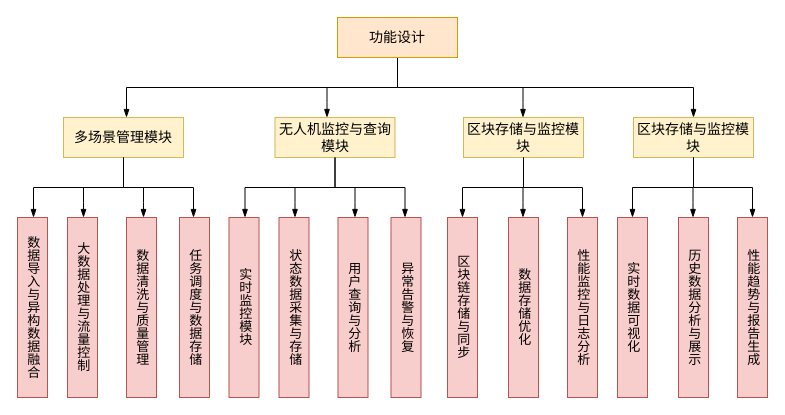
Above: 系统总体功能结 构图.drawio in jiaojb/py-crawler (draw.io), before the change. Source tidied: cells renumbered, new cells numbered last; positions are measured from the earlier drawing's top-left corner, leaving out a move shared by most shapes. Both pictures are drawn from the tidied source at 100%, with x=0, y=0 at pixel (17, 17).
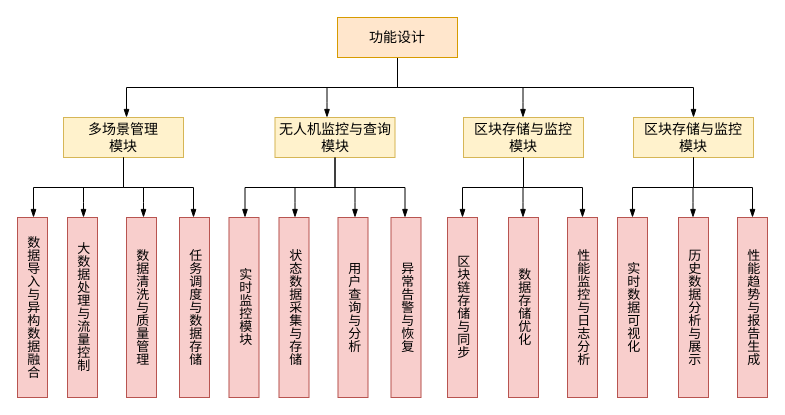
The same diagram, later.

Commit message (it also covers changes not shown here):
更新系统总体功能结 构图.drawio

Change to the diagram source:
```diff
@@
-    <mxCell id="7" value="&lt;font style=&quot;font-size: 14px;&quot;&gt;多场景管理模块&lt;/font&gt;" style="rounded=0;whiteSpace=wrap;html=1;fillColor=#fff2cc;strokeColor=#d6b656;" parent="1" vertex="1">
+    <mxCell id="7" value="&lt;font style=&quot;font-size: 14px;&quot;&gt;多场景管理&lt;/font&gt;&lt;div&gt;&lt;font style=&quot;font-size: 14px;&quot;&gt;模块&lt;/font&gt;&lt;/div&gt;" style="rounded=0;whiteSpace=wrap;html=1;fillColor=#fff2cc;strokeColor=#d6b656;" parent="1" vertex="1">
       <mxGeometry x="46" y="100" width="120" height="40" as="geometry" />
     </mxCell>
@@
-    <mxCell id="25" value="&lt;font style=&quot;font-size: 14px;&quot;&gt;区块存储与监控模块&lt;/font&gt;" style="rounded=0;whiteSpace=wrap;html=1;fillColor=#fff2cc;strokeColor=#d6b656;" parent="1" vertex="1">
+    <mxCell id="25" value="&lt;font style=&quot;font-size: 14px;&quot;&gt;区块存储与监控&lt;/font&gt;&lt;div&gt;&lt;font style=&quot;font-size: 14px;&quot;&gt;模块&lt;/font&gt;&lt;/div&gt;" style="rounded=0;whiteSpace=wrap;html=1;fillColor=#fff2cc;strokeColor=#d6b656;" parent="1" vertex="1">
       <mxGeometry x="446" y="100" width="120" height="40" as="geometry" />
     </mxCell>
@@
-    <mxCell id="32" value="&lt;font style=&quot;font-size: 14px;&quot;&gt;区块存储与监控模块&lt;/font&gt;" style="rounded=0;whiteSpace=wrap;html=1;fillColor=#fff2cc;strokeColor=#d6b656;" parent="1" vertex="1">
+    <mxCell id="32" value="&lt;font style=&quot;font-size: 14px;&quot;&gt;区块存储与监控&lt;/font&gt;&lt;div&gt;&lt;font style=&quot;font-size: 14px;&quot;&gt;模块&lt;/font&gt;&lt;/div&gt;" style="rounded=0;whiteSpace=wrap;html=1;fillColor=#fff2cc;strokeColor=#d6b656;" parent="1" vertex="1">
       <mxGeometry x="616" y="100" width="120" height="40" as="geometry" />
     </mxCell>
```
